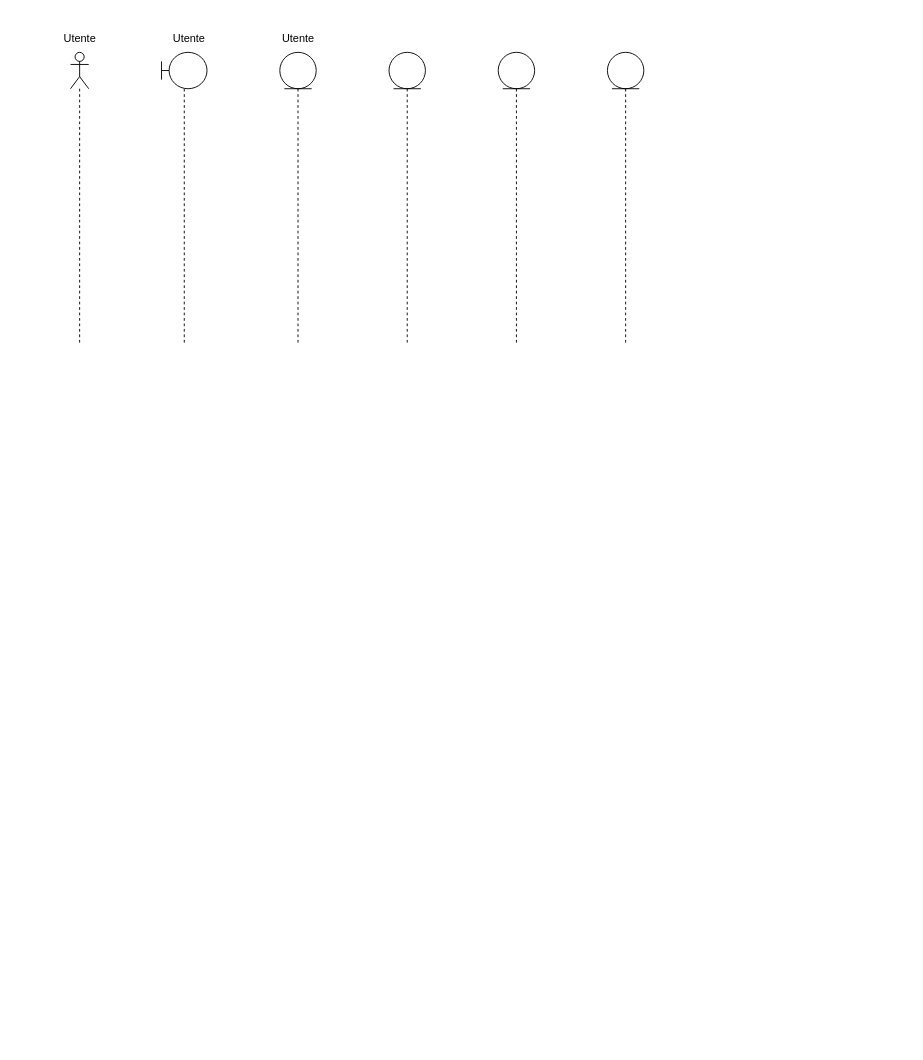
Earlier version of the draw.io diagram docs/UML/wikistudenti_sequenza.drawio (LucaAvveduto/5C_WikiStudenti_Avveduto_Barani_Brambilla_Cecire). Source tidied: cells renumbered, new cells numbered last; positions are measured from the earlier drawing's top-left corner, leaving out a move shared by most shapes. Both pictures are drawn from the tidied source at 91%, with x=0, y=0 at pixel (52, 25).
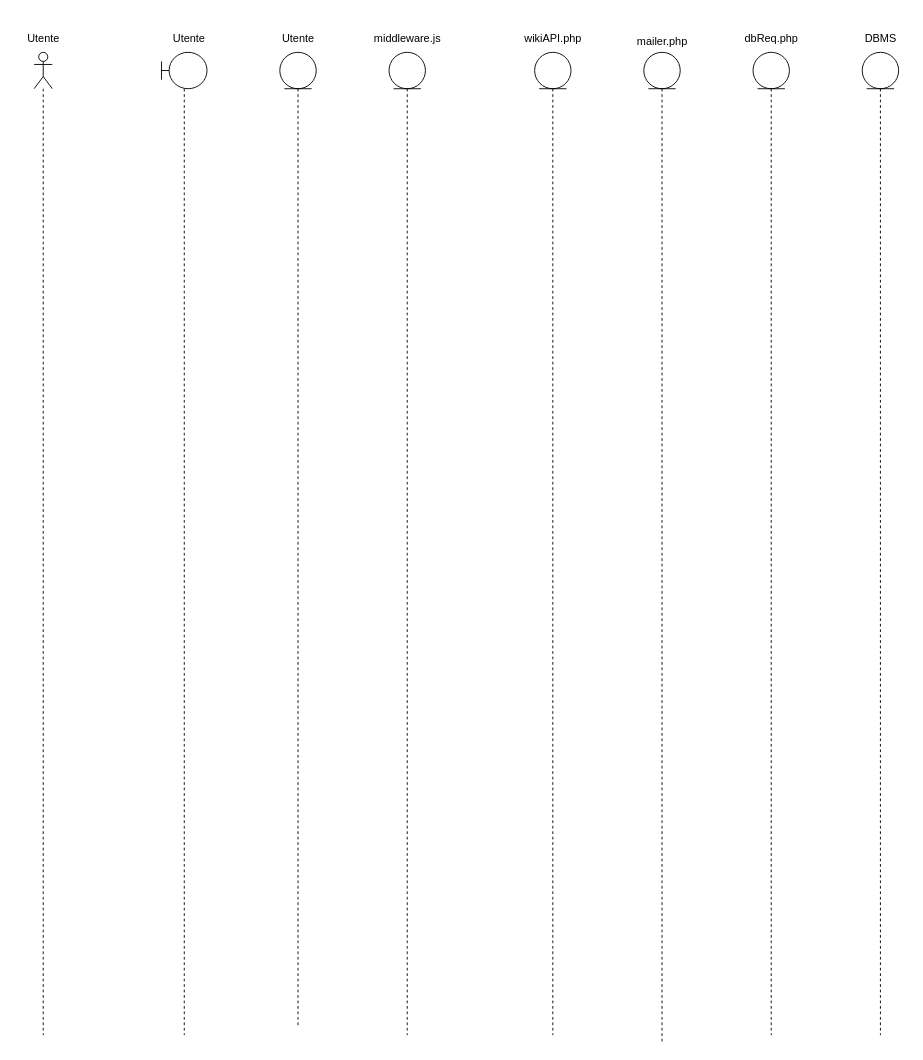
The same page after the edit.

Commit message:
avanzamento sequenza

The edit, as a diff of the source:
```diff
@@
 <mxGraphModel>
   <root>
     <mxCell id="0" />
     <mxCell id="1" parent="0" />
     <mxCell id="2" style="shape=umlLifeline;perimeter=lifelinePerimeter;whiteSpace=wrap;html=1;newEdgeStyle={&quot;curved&quot;:0,&quot;rounded&quot;:0};participant=umlBoundary;" parent="1" vertex="1">
-      <mxGeometry x="120" y="30" width="50" height="320" as="geometry" />
+      <mxGeometry x="120" y="30" width="50" height="1080" as="geometry" />
     </mxCell>
     <mxCell id="3" style="shape=umlLifeline;perimeter=lifelinePerimeter;whiteSpace=wrap;html=1;newEdgeStyle={&quot;curved&quot;:0,&quot;rounded&quot;:0};participant=umlEntity;" parent="1" vertex="1">
-      <mxGeometry x="250" y="30" width="40" height="320" as="geometry" />
+      <mxGeometry x="250" y="30" width="40" height="1070" as="geometry" />
     </mxCell>
     <mxCell id="4" style="shape=umlLifeline;perimeter=lifelinePerimeter;whiteSpace=wrap;html=1;newEdgeStyle={&quot;curved&quot;:0,&quot;rounded&quot;:0};participant=umlEntity;" parent="1" vertex="1">
-      <mxGeometry x="370" y="30" width="40" height="320" as="geometry" />
+      <mxGeometry x="370" y="30" width="40" height="1080" as="geometry" />
     </mxCell>
     <mxCell id="5" style="shape=umlLifeline;perimeter=lifelinePerimeter;whiteSpace=wrap;html=1;newEdgeStyle={&quot;curved&quot;:0,&quot;rounded&quot;:0};participant=umlEntity;" parent="1" vertex="1">
-      <mxGeometry x="490" y="30" width="40" height="320" as="geometry" />
+      <mxGeometry x="530" y="30" width="40" height="1080" as="geometry" />
     </mxCell>
     <mxCell id="6" style="shape=umlLifeline;perimeter=lifelinePerimeter;whiteSpace=wrap;html=1;newEdgeStyle={&quot;curved&quot;:0,&quot;rounded&quot;:0};participant=umlEntity;" parent="1" vertex="1">
-      <mxGeometry x="610" y="30" width="40" height="320" as="geometry" />
+      <mxGeometry x="890" y="30" width="40" height="1080" as="geometry" />
     </mxCell>
     <mxCell id="7" style="shape=umlLifeline;perimeter=lifelinePerimeter;whiteSpace=wrap;html=1;newEdgeStyle={&quot;curved&quot;:0,&quot;rounded&quot;:0};participant=umlActor;" parent="1" vertex="1">
-      <mxGeometry x="20" y="30" width="20" height="320" as="geometry" />
+      <mxGeometry x="-20" y="30" width="20" height="1080" as="geometry" />
     </mxCell>
     <mxCell id="8" value="Utente" style="text;html=1;align=center;verticalAlign=middle;strokeColor=none;fillColor=none;" parent="1" vertex="1">
-      <mxGeometry width="60" height="30" as="geometry" />
+      <mxGeometry x="-40" width="60" height="30" as="geometry" />
     </mxCell>
     <mxCell id="9" value="Utente" style="text;html=1;align=center;verticalAlign=middle;strokeColor=none;fillColor=none;" parent="1" vertex="1">
       <mxGeometry x="120" width="60" height="30" as="geometry" />
     </mxCell>
     <mxCell id="10" value="Utente" style="text;html=1;align=center;verticalAlign=middle;strokeColor=none;fillColor=none;" parent="1" vertex="1">
       <mxGeometry x="240" width="60" height="30" as="geometry" />
     </mxCell>
+    <mxCell id="11" value="DBMS" style="text;html=1;align=center;verticalAlign=middle;strokeColor=none;fillColor=none;" parent="1" vertex="1">
+      <mxGeometry x="880" width="60" height="30" as="geometry" />
+    </mxCell>
+    <mxCell id="12" value="&lt;div&gt;&lt;span style=&quot;background-color: transparent;&quot;&gt;wikiAPI.php&lt;/span&gt;&lt;/div&gt;" style="text;html=1;align=center;verticalAlign=middle;strokeColor=none;fillColor=none;" parent="1" vertex="1">
+      <mxGeometry x="505" width="90" height="30" as="geometry" />
+    </mxCell>
+    <mxCell id="13" value="middleware.js" style="text;html=1;align=center;verticalAlign=middle;strokeColor=none;fillColor=none;" parent="1" vertex="1">
+      <mxGeometry x="340" width="100" height="30" as="geometry" />
+    </mxCell>
+    <mxCell id="14" style="shape=umlLifeline;perimeter=lifelinePerimeter;whiteSpace=wrap;html=1;newEdgeStyle={&quot;curved&quot;:0,&quot;rounded&quot;:0};participant=umlEntity;" parent="1" vertex="1">
+      <mxGeometry x="650" y="30" width="40" height="1090" as="geometry" />
+    </mxCell>
+    <mxCell id="15" value="&lt;div&gt;&lt;br&gt;&lt;/div&gt;mailer.php" style="text;html=1;align=center;verticalAlign=middle;strokeColor=none;fillColor=none;" parent="1" vertex="1">
+      <mxGeometry x="630" y="-10" width="80" height="40" as="geometry" />
+    </mxCell>
+    <mxCell id="16" style="shape=umlLifeline;perimeter=lifelinePerimeter;whiteSpace=wrap;html=1;newEdgeStyle={&quot;curved&quot;:0,&quot;rounded&quot;:0};participant=umlEntity;" parent="1" vertex="1">
+      <mxGeometry x="770" y="30" width="40" height="1080" as="geometry" />
+    </mxCell>
+    <mxCell id="17" value="dbReq.php" style="text;html=1;align=center;verticalAlign=middle;strokeColor=none;fillColor=none;" parent="1" vertex="1">
+      <mxGeometry x="750" width="80" height="30" as="geometry" />
+    </mxCell>
   </root>
 </mxGraphModel>
```
